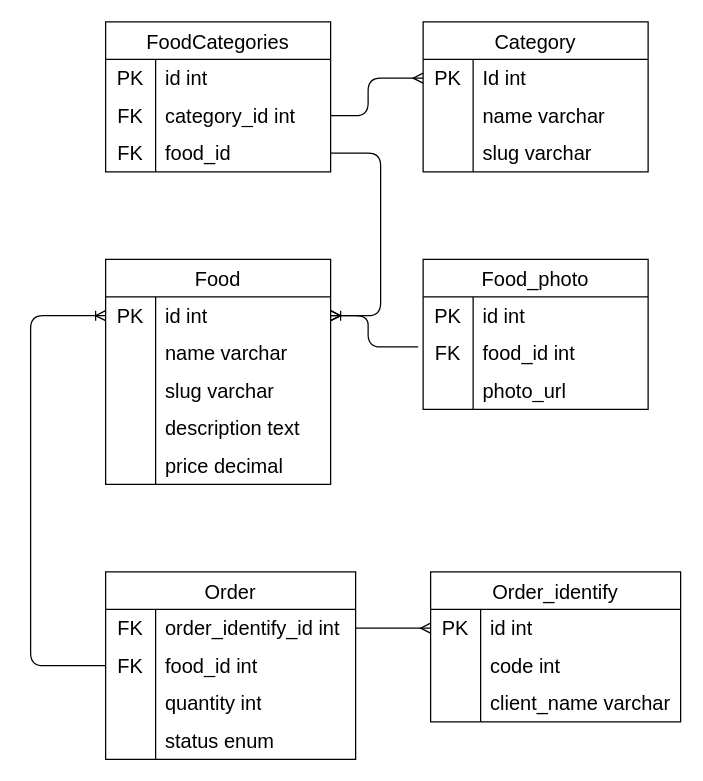
Before: page "Página-2" (2 of 2) of docs/entities.drawio in Jose-GuilhermeG/food_order, a draw.io diagram. Source tidied: cells renumbered, new cells numbered last; positions are measured from the earlier drawing's top-left corner, leaving out a move shared by most shapes. Both pictures are drawn from the tidied source at 125%, with x=0, y=0 at pixel (30, 21).
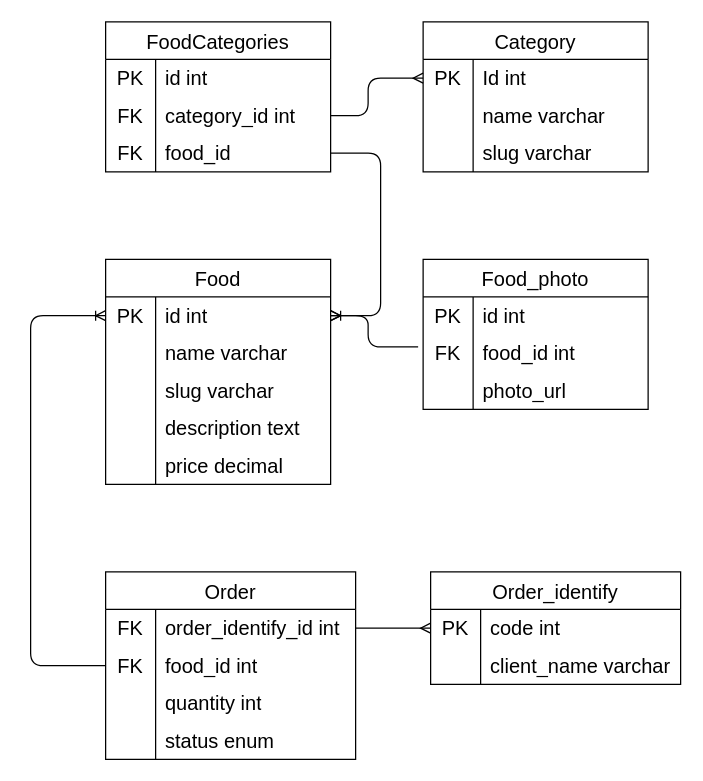
After the change.

Commit message (it also covers changes not shown here):
Add : system entities

The change refers to these unchanged cells:
```xml
<mxCell id="30" style="shape=tableRow;horizontal=0;startSize=0;swimlaneHead=0;swimlaneBody=0;top=0;left=0;bottom=0;right=0;fillColor=none;points=[[0,0.5],[1,0.5]];portConstraint=eastwest;strokeColor=inherit;fontSize=16;" parent="29" vertex="1">
  <mxGeometry y="30" width="200" height="30" as="geometry" />
</mxCell>
```

Diff of the diagram source:
```diff
@@
     <mxCell id="43" value="Order_identify" style="shape=table;startSize=30;childLayout=tableLayout;rowLines=0;fontStyle=0;strokeColor=default;fontSize=16;" parent="1" vertex="1">
-      <mxGeometry x="320" y="440" width="200" height="120" as="geometry" />
+      <mxGeometry x="320" y="440" width="200" height="90" as="geometry" />
     </mxCell>
-    <mxCell id="44" style="shape=tableRow;horizontal=0;startSize=0;swimlaneHead=0;swimlaneBody=0;top=0;left=0;bottom=0;right=0;fillColor=none;points=[[0,0.5],[1,0.5]];portConstraint=eastwest;strokeColor=inherit;fontSize=16;" parent="43" vertex="1">
-      <mxGeometry y="30" width="200" height="30" as="geometry" />
-    </mxCell>
-    <mxCell id="45" value="PK" style="shape=partialRectangle;html=1;whiteSpace=wrap;fillColor=none;top=0;left=0;bottom=0;right=0;overflow=hidden;strokeColor=inherit;fontSize=16;" parent="44" vertex="1">
-      <mxGeometry width="40" height="30" as="geometry" />
-    </mxCell>
-    <mxCell id="46" value="id int" style="shape=partialRectangle;html=1;whiteSpace=wrap;fillColor=none;top=0;left=0;bottom=0;right=0;align=left;spacingLeft=6;overflow=hidden;strokeColor=inherit;fontSize=16;" parent="44" vertex="1">
-      <mxGeometry x="40" width="160" height="30" as="geometry" />
-    </mxCell>
     <mxCell id="47" style="shape=tableRow;horizontal=0;startSize=0;swimlaneHead=0;swimlaneBody=0;top=0;left=0;bottom=0;right=0;fillColor=none;strokeColor=inherit;fontSize=16;" parent="43" vertex="1">
-      <mxGeometry y="60" width="200" height="30" as="geometry" />
+      <mxGeometry y="30" width="200" height="30" as="geometry" />
     </mxCell>
-    <mxCell id="48" style="shape=partialRectangle;html=1;whiteSpace=wrap;fillColor=none;top=0;left=0;bottom=0;right=0;overflow=hidden;strokeColor=inherit;fontSize=16;" parent="47" vertex="1">
+    <mxCell id="48" value="PK" style="shape=partialRectangle;html=1;whiteSpace=wrap;fillColor=none;top=0;left=0;bottom=0;right=0;overflow=hidden;strokeColor=inherit;fontSize=16;" parent="47" vertex="1">
       <mxGeometry width="40" height="30" as="geometry" />
     </mxCell>
@@
     <mxCell id="50" style="shape=tableRow;horizontal=0;startSize=0;swimlaneHead=0;swimlaneBody=0;top=0;left=0;bottom=0;right=0;fillColor=none;strokeColor=inherit;fontSize=16;" parent="43" vertex="1">
-      <mxGeometry y="90" width="200" height="30" as="geometry" />
+      <mxGeometry y="60" width="200" height="30" as="geometry" />
     </mxCell>
@@
-    <mxCell id="53" style="edgeStyle=none;html=1;entryX=0;entryY=0.5;entryDx=0;entryDy=0;endArrow=ERmany;endFill=0;" parent="1" edge="1" source="30" target="44">
-      <mxGeometry relative="1" as="geometry" />
+    <mxCell id="53" style="edgeStyle=none;html=1;entryX=0;entryY=0.5;entryDx=0;entryDy=0;endArrow=ERmany;endFill=0;" parent="1" edge="1" source="30">
+      <mxGeometry relative="1" as="geometry">
+        <mxPoint x="320" y="485" as="targetPoint" />
+      </mxGeometry>
     </mxCell>
```
